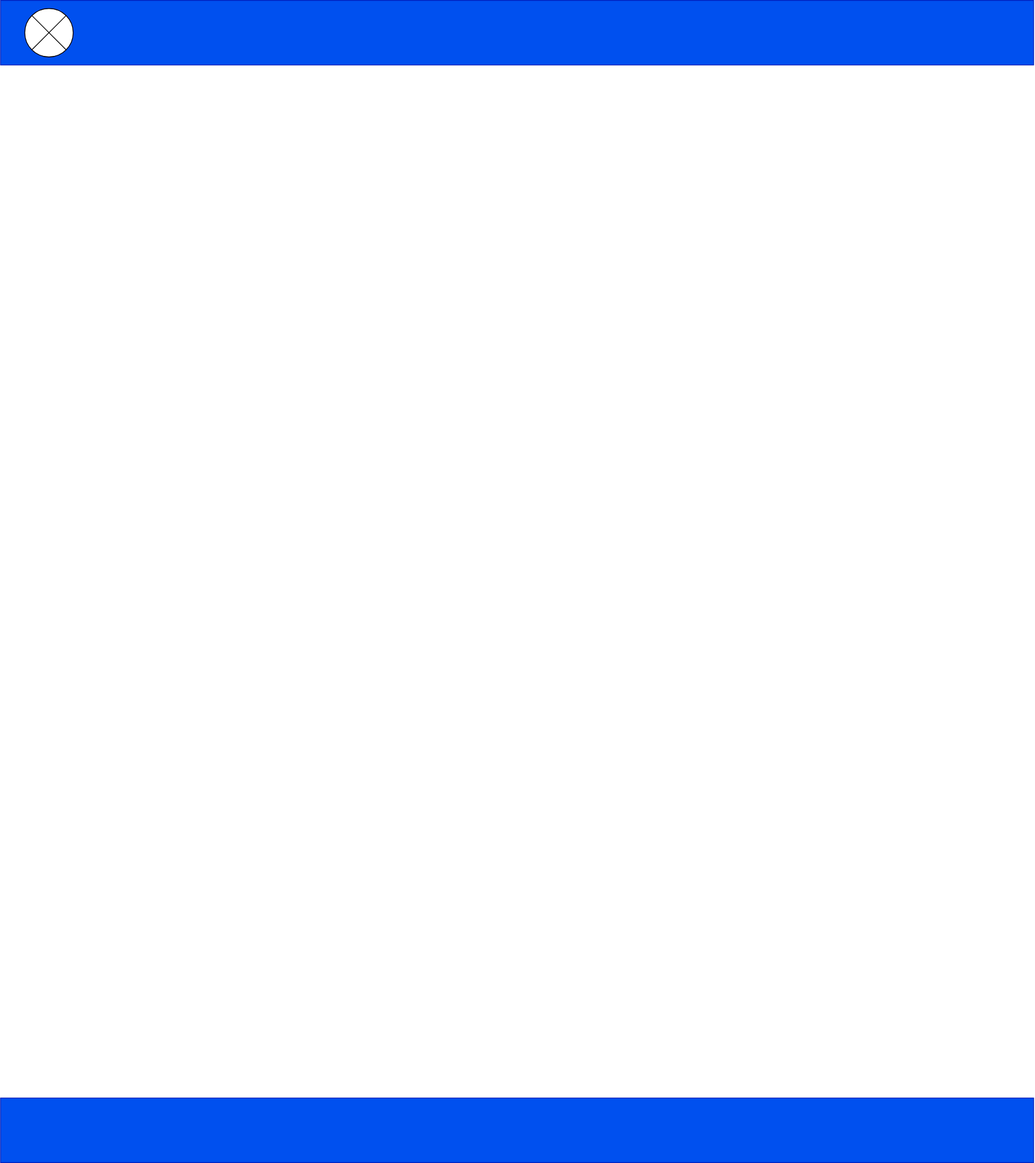
This is images/Bigger_Whale_Desktop.svg from Carloalalan08/wdd231, a draw.io export, as it was before one commit. Source tidied: cells renumbered, new cells last; positions are measured from the earlier drawing's top-left corner, leaving out a move shared by most shapes. Its diagram source:
```xml
<mxGraphModel>
  <root>
    <mxCell id="0" />
    <mxCell id="1" parent="0" />
    <mxCell id="2" style="rounded=0;whiteSpace=wrap;html=1;fillColor=#0050ef;fontColor=#ffffff;strokeColor=#001DBC;" parent="1" vertex="1">
      <mxGeometry width="1280" height="80" as="geometry" />
    </mxCell>
    <mxCell id="3" style="shape=sumEllipse;perimeter=ellipsePerimeter;whiteSpace=wrap;html=1;backgroundOutline=1;" parent="1" vertex="1">
      <mxGeometry x="30" y="10" width="60" height="60" as="geometry" />
    </mxCell>
    <mxCell id="4" style="rounded=0;whiteSpace=wrap;html=1;fillColor=#0050ef;fontColor=#ffffff;strokeColor=#001DBC;" parent="1" vertex="1">
      <mxGeometry y="1360" width="1280" height="80" as="geometry" />
    </mxCell>
  </root>
</mxGraphModel>
```
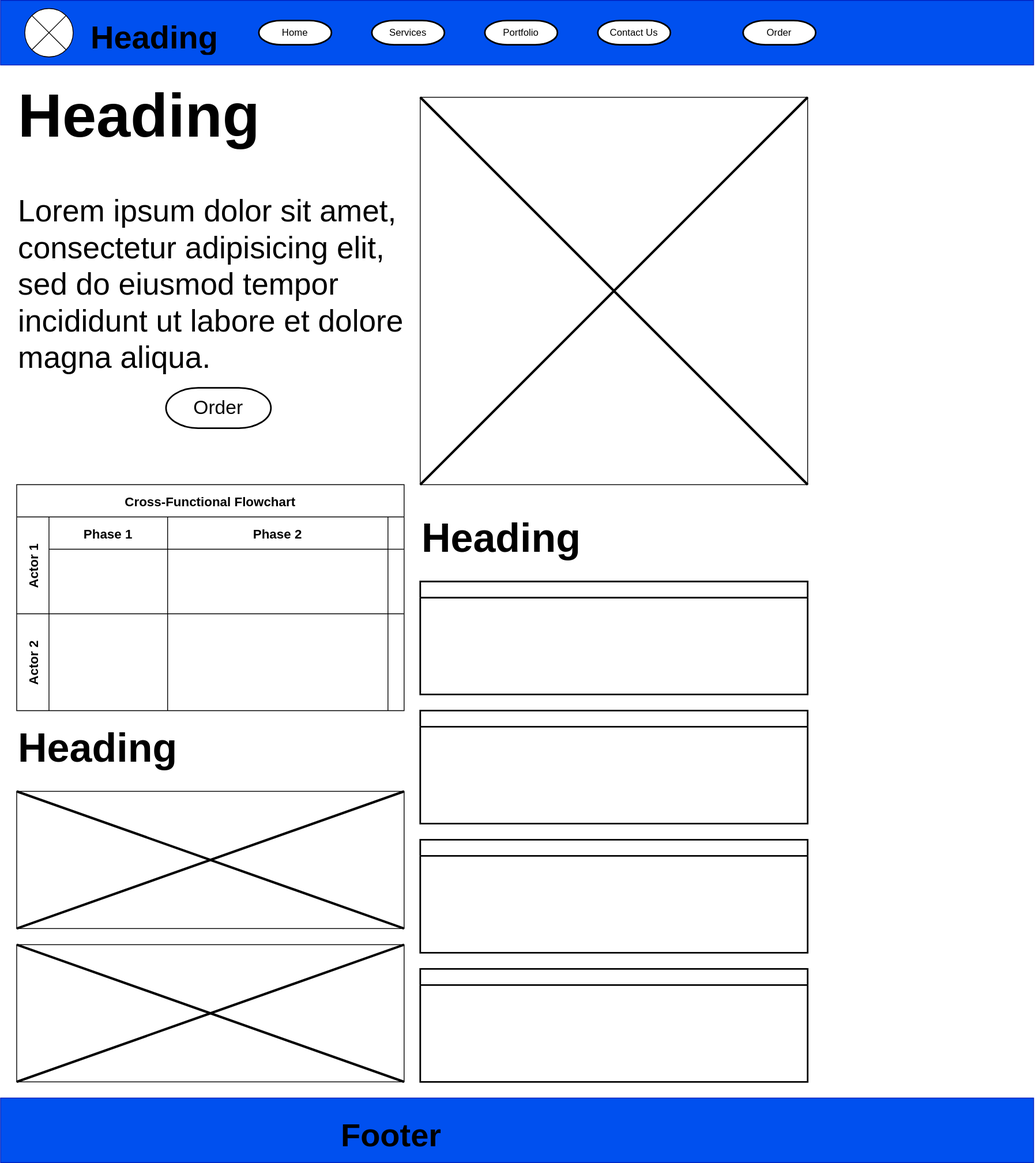
After the change.

Diff of the diagram source:
```diff
@@ -11,5 +11,95 @@
     <mxCell id="4" style="rounded=0;whiteSpace=wrap;html=1;fillColor=#0050ef;fontColor=#ffffff;strokeColor=#001DBC;" parent="1" vertex="1">
       <mxGeometry y="1360" width="1280" height="80" as="geometry" />
     </mxCell>
+    <mxCell id="5" value="&lt;h1 style=&quot;margin-top: 0px;&quot;&gt;Heading&lt;/h1&gt;" style="text;html=1;whiteSpace=wrap;overflow=hidden;rounded=0;fontSize=20;" parent="1" vertex="1">
+      <mxGeometry x="110" y="15" width="170" height="50" as="geometry" />
+    </mxCell>
+    <mxCell id="6" value="Home" style="strokeWidth=2;html=1;shape=mxgraph.flowchart.terminator;whiteSpace=wrap;" parent="1" vertex="1">
+      <mxGeometry x="320" y="25" width="90" height="30" as="geometry" />
+    </mxCell>
+    <mxCell id="7" value="Services" style="strokeWidth=2;html=1;shape=mxgraph.flowchart.terminator;whiteSpace=wrap;" parent="1" vertex="1">
+      <mxGeometry x="460" y="25" width="90" height="30" as="geometry" />
+    </mxCell>
+    <mxCell id="8" value="Portfolio" style="strokeWidth=2;html=1;shape=mxgraph.flowchart.terminator;whiteSpace=wrap;" parent="1" vertex="1">
+      <mxGeometry x="600" y="25" width="90" height="30" as="geometry" />
+    </mxCell>
+    <mxCell id="9" value="Contact Us" style="strokeWidth=2;html=1;shape=mxgraph.flowchart.terminator;whiteSpace=wrap;" parent="1" vertex="1">
+      <mxGeometry x="740" y="25" width="90" height="30" as="geometry" />
+    </mxCell>
+    <mxCell id="10" value="Order" style="strokeWidth=2;html=1;shape=mxgraph.flowchart.terminator;whiteSpace=wrap;" parent="1" vertex="1">
+      <mxGeometry x="920" y="25" width="90" height="30" as="geometry" />
+    </mxCell>
+    <mxCell id="11" value="&lt;h1 style=&quot;margin-top: 0px;&quot;&gt;Heading&lt;/h1&gt;&lt;p&gt;Lorem ipsum dolor sit amet, consectetur adipisicing elit, sed do eiusmod tempor incididunt ut labore et dolore magna aliqua.&lt;/p&gt;" style="text;html=1;whiteSpace=wrap;overflow=hidden;rounded=0;fontSize=38;" parent="1" vertex="1">
+      <mxGeometry x="20" y="90" width="500" height="410" as="geometry" />
+    </mxCell>
+    <mxCell id="12" value="Order" style="strokeWidth=2;html=1;shape=mxgraph.flowchart.terminator;whiteSpace=wrap;fontSize=24;" parent="1" vertex="1">
+      <mxGeometry x="205" y="480" width="130" height="50" as="geometry" />
+    </mxCell>
+    <mxCell id="13" style="whiteSpace=wrap;html=1;" parent="1" vertex="1">
+      <mxGeometry x="520" y="120" width="480" height="480" as="geometry" />
+    </mxCell>
+    <mxCell id="14" style="shape=umlDestroy;whiteSpace=wrap;html=1;strokeWidth=3;targetShapes=umlLifeline;" parent="1" vertex="1">
+      <mxGeometry x="520" y="120" width="480" height="480" as="geometry" />
+    </mxCell>
+    <mxCell id="15" value="Cross-Functional Flowchart" style="shape=table;startSize=40;fontSize=16;fontStyle=1;" parent="1" vertex="1">
+      <mxGeometry x="20" y="600" width="480" height="280" as="geometry" />
+    </mxCell>
+    <mxCell id="16" value="Actor 1" style="shape=tableRow;horizontal=0;swimlaneHead=0;swimlaneBody=0;top=0;left=0;strokeColor=inherit;bottom=0;right=0;fontStyle=1;fillColor=none;startSize=40;fontSize=16;" parent="15" vertex="1">
+      <mxGeometry y="40" width="480" height="120" as="geometry" />
+    </mxCell>
+    <mxCell id="17" value="Phase 1" style="swimlane;swimlaneHead=0;swimlaneBody=0;fontStyle=1;strokeColor=inherit;fillColor=none;startSize=40;fontSize=16;" parent="16" vertex="1">
+      <mxGeometry x="40" width="147" height="120" as="geometry" />
+    </mxCell>
+    <mxCell id="18" value="Phase 2" style="swimlane;swimlaneHead=0;swimlaneBody=0;fontStyle=1;strokeColor=inherit;fillColor=none;startSize=40;fontSize=16;" parent="16" vertex="1">
+      <mxGeometry x="187" width="273" height="120" as="geometry" />
+    </mxCell>
+    <mxCell id="19" style="swimlane;swimlaneHead=0;swimlaneBody=0;fontStyle=1;strokeColor=inherit;fillColor=none;startSize=40;fontSize=16;" parent="16" vertex="1">
+      <mxGeometry x="460" width="20" height="120" as="geometry" />
+    </mxCell>
+    <mxCell id="20" value="Actor 2" style="shape=tableRow;horizontal=0;swimlaneHead=0;swimlaneBody=0;top=0;left=0;strokeColor=inherit;bottom=0;right=0;fontStyle=1;fillColor=none;startSize=40;fontSize=16;" parent="15" vertex="1">
+      <mxGeometry y="160" width="480" height="120" as="geometry" />
+    </mxCell>
+    <mxCell id="21" style="swimlane;swimlaneHead=0;swimlaneBody=0;fontStyle=1;strokeColor=inherit;fillColor=none;startSize=0;fontSize=16;" parent="20" vertex="1">
+      <mxGeometry x="40" width="147" height="120" as="geometry" />
+    </mxCell>
+    <mxCell id="22" style="swimlane;swimlaneHead=0;swimlaneBody=0;fontStyle=1;strokeColor=inherit;fillColor=none;startSize=0;fontSize=16;" parent="20" vertex="1">
+      <mxGeometry x="187" width="273" height="120" as="geometry" />
+    </mxCell>
+    <mxCell id="23" style="swimlane;swimlaneHead=0;swimlaneBody=0;fontStyle=1;strokeColor=inherit;fillColor=none;startSize=0;fontSize=16;" parent="20" vertex="1">
+      <mxGeometry x="460" width="20" height="120" as="geometry" />
+    </mxCell>
+    <mxCell id="24" value="&lt;h1 style=&quot;margin-top: 0px;&quot;&gt;Heading&lt;/h1&gt;" style="text;html=1;whiteSpace=wrap;overflow=hidden;rounded=0;fontSize=25;" parent="1" vertex="1">
+      <mxGeometry x="520" y="630" width="200" height="70" as="geometry" />
+    </mxCell>
+    <mxCell id="25" style="swimlane;html=1;startSize=20;fontStyle=0;horizontal=1;swimlaneLine=1;strokeWidth=2;swimlaneFillColor=#ffffff;whiteSpace=wrap;" parent="1" vertex="1">
+      <mxGeometry x="520" y="720" width="480" height="140" as="geometry" />
+    </mxCell>
+    <mxCell id="26" style="swimlane;html=1;startSize=20;fontStyle=0;horizontal=1;swimlaneLine=1;strokeWidth=2;swimlaneFillColor=#ffffff;whiteSpace=wrap;" parent="1" vertex="1">
+      <mxGeometry x="520" y="880" width="480" height="140" as="geometry" />
+    </mxCell>
+    <mxCell id="27" style="swimlane;html=1;startSize=20;fontStyle=0;horizontal=1;swimlaneLine=1;strokeWidth=2;swimlaneFillColor=#ffffff;whiteSpace=wrap;" parent="1" vertex="1">
+      <mxGeometry x="520" y="1040" width="480" height="140" as="geometry" />
+    </mxCell>
+    <mxCell id="28" style="swimlane;html=1;startSize=20;fontStyle=0;horizontal=1;swimlaneLine=1;strokeWidth=2;swimlaneFillColor=#ffffff;whiteSpace=wrap;" parent="1" vertex="1">
+      <mxGeometry x="520" y="1200" width="480" height="140" as="geometry" />
+    </mxCell>
+    <mxCell id="29" value="&lt;h1 style=&quot;margin-top: 0px;&quot;&gt;Heading&lt;/h1&gt;" style="text;html=1;whiteSpace=wrap;overflow=hidden;rounded=0;fontSize=25;" parent="1" vertex="1">
+      <mxGeometry x="20" y="890" width="200" height="70" as="geometry" />
+    </mxCell>
+    <mxCell id="30" style="rounded=0;whiteSpace=wrap;html=1;" parent="1" vertex="1">
+      <mxGeometry x="20" y="980" width="480" height="170" as="geometry" />
+    </mxCell>
+    <mxCell id="31" style="rounded=0;whiteSpace=wrap;html=1;" parent="1" vertex="1">
+      <mxGeometry x="20" y="1170" width="480" height="170" as="geometry" />
+    </mxCell>
+    <mxCell id="32" style="shape=umlDestroy;whiteSpace=wrap;html=1;strokeWidth=3;targetShapes=umlLifeline;" parent="1" vertex="1">
+      <mxGeometry x="20" y="980" width="480" height="170" as="geometry" />
+    </mxCell>
+    <mxCell id="33" style="shape=umlDestroy;whiteSpace=wrap;html=1;strokeWidth=3;targetShapes=umlLifeline;" parent="1" vertex="1">
+      <mxGeometry x="20" y="1170" width="480" height="170" as="geometry" />
+    </mxCell>
+    <mxCell id="34" value="&lt;h1 style=&quot;margin-top: 0px;&quot;&gt;Footer&lt;/h1&gt;" style="text;html=1;whiteSpace=wrap;overflow=hidden;rounded=0;fontSize=20;" parent="1" vertex="1">
+      <mxGeometry x="420" y="1375" width="170" height="50" as="geometry" />
+    </mxCell>
   </root>
 </mxGraphModel>
```
